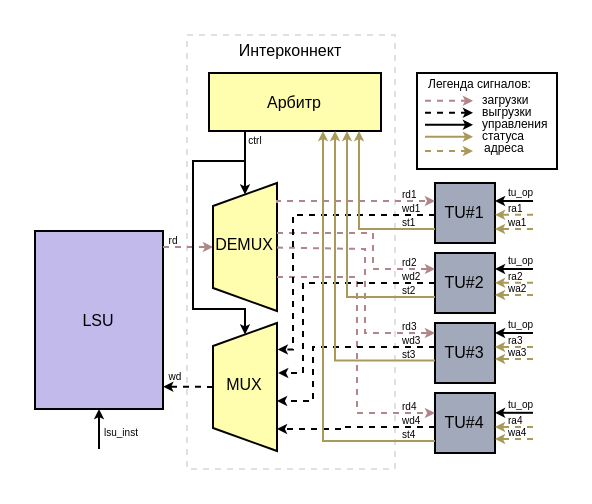
Before: docs/starukhin_dissertation/images/svg/interconnect.drawio in HaMeNopeDiot/hardware_gpu, a draw.io diagram. Source tidied: cells renumbered, new cells numbered last; positions are measured from the earlier drawing's top-left corner, leaving out a move shared by most shapes. Both pictures are drawn from the tidied source at 200%, with x=0, y=0 at pixel (34, 34).
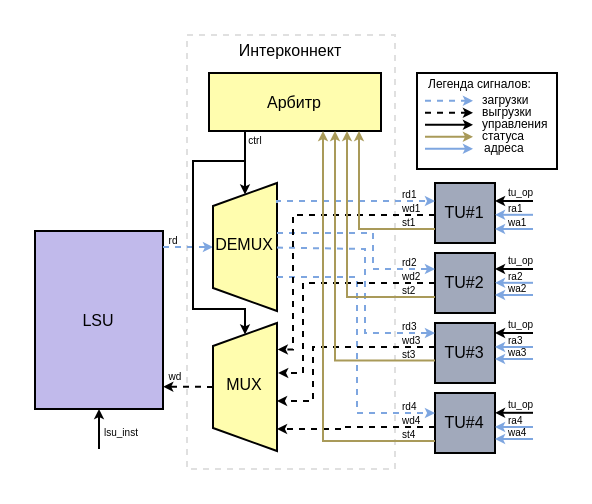
The same diagram, later.

The change refers to these unchanged cells:
```xml
<mxCell id="5" value="TU#1" style="rounded=0;whiteSpace=wrap;html=1;fillColor=light-dark(#A1A9BB,#A1A9BB);fontSize=8;strokeColor=light-dark(#000000,#000000);fontColor=light-dark(#000000,#000000);" parent="1" vertex="1">
  <mxGeometry x="200" y="74" width="30" height="30" as="geometry" />
</mxCell>
<mxCell id="9" style="shape=trapezoid;perimeter=trapezoidPerimeter;whiteSpace=wrap;html=1;fixedSize=1;rotation=-90;size=11.499999999999886;fillColor=light-dark(#FFFDAE,#FFFDAE);fontColor=light-dark(#000000,#000000);strokeColor=light-dark(#000000,#000000);" parent="1" vertex="1">
  <mxGeometry x="73" y="90" width="64" height="32" as="geometry" />
</mxCell>
<mxCell id="10" value="TU#2" style="rounded=0;whiteSpace=wrap;html=1;fillColor=light-dark(#A1A9BB,#A1A9BB);fontSize=8;strokeColor=light-dark(#000000,#000000);fontColor=light-dark(#000000,#000000);" parent="1" vertex="1">
  <mxGeometry x="200" y="109" width="30" height="30" as="geometry" />
</mxCell>
<mxCell id="11" value="TU#3" style="rounded=0;whiteSpace=wrap;html=1;fillColor=light-dark(#A1A9BB,#A1A9BB);fontSize=8;strokeColor=light-dark(#000000,#000000);fontColor=light-dark(#000000,#000000);" parent="1" vertex="1">
  <mxGeometry x="200" y="144" width="30" height="30" as="geometry" />
</mxCell>
<mxCell id="12" value="TU#4" style="rounded=0;whiteSpace=wrap;html=1;fillColor=light-dark(#A1A9BB,#A1A9BB);fontSize=8;strokeColor=light-dark(#000000,#000000);fontColor=light-dark(#000000,#000000);" parent="1" vertex="1">
  <mxGeometry x="200" y="179" width="30" height="30" as="geometry" />
</mxCell>
```

Change to the diagram source:
```diff
@@
-    <mxCell id="8" value="rd" style="edgeStyle=orthogonalEdgeStyle;rounded=0;jettySize=auto;html=1;spacing=2;endSize=2;strokeColor=light-dark(#B0868A,#946368);dashed=1;fontColor=light-dark(#000000,#000000);labelBackgroundColor=none;fontSize=5;" parent="1" edge="1" target="9">
+    <mxCell id="8" value="rd" style="edgeStyle=orthogonalEdgeStyle;rounded=0;jettySize=auto;html=1;spacing=2;endSize=2;strokeColor=light-dark(#7EA6E0,#946368);dashed=1;fontColor=light-dark(#000000,#000000);labelBackgroundColor=none;fontSize=5;" parent="1" edge="1" target="9">
       <mxGeometry x="-0.6" y="4" relative="1" as="geometry">
         <mxPoint x="64" y="106" as="sourcePoint" />
         <Array as="points">
           <mxPoint x="64" y="106" />
         </Array>
       </mxGeometry>
     </mxCell>
@@
-    <mxCell id="13" style="edgeStyle=orthogonalEdgeStyle;rounded=0;jettySize=auto;html=1;exitX=1.003;exitY=0.205;exitDx=0;exitDy=0;exitPerimeter=0;spacing=0;endSize=2;strokeColor=light-dark(#B0868A,#946368);dashed=1;labelBackgroundColor=none;fontColor=light-dark(#000000,#000000);fontSize=5;labelPosition=center;verticalLabelPosition=top;align=left;verticalAlign=bottom;" parent="1" edge="1" target="5">
+    <mxCell id="13" style="edgeStyle=orthogonalEdgeStyle;rounded=0;jettySize=auto;html=1;exitX=1.003;exitY=0.205;exitDx=0;exitDy=0;exitPerimeter=0;spacing=0;endSize=2;strokeColor=light-dark(#7EA6E0,#946368);dashed=1;labelBackgroundColor=none;fontColor=light-dark(#000000,#000000);fontSize=5;labelPosition=center;verticalLabelPosition=top;align=left;verticalAlign=bottom;" parent="1" edge="1" target="5">
       <mxGeometry x="0.7" relative="1" as="geometry">
         <mxPoint x="121" y="84" as="sourcePoint" />
         <Array as="points">
           <mxPoint x="161" y="83" />
           <mxPoint x="161" y="83" />
         </Array>
       </mxGeometry>
     </mxCell>
-    <mxCell id="14" style="edgeStyle=orthogonalEdgeStyle;rounded=0;jettySize=auto;html=1;spacing=0;endSize=2;strokeColor=light-dark(#B0868A,#946368);dashed=1;labelBackgroundColor=none;fontColor=light-dark(#000000,#000000);fontSize=5;labelPosition=center;verticalLabelPosition=top;align=left;verticalAlign=bottom;" parent="1" edge="1" target="10">
+    <mxCell id="14" style="edgeStyle=orthogonalEdgeStyle;rounded=0;jettySize=auto;html=1;spacing=0;endSize=2;strokeColor=light-dark(#7EA6E0,#946368);dashed=1;labelBackgroundColor=none;fontColor=light-dark(#000000,#000000);fontSize=5;labelPosition=center;verticalLabelPosition=top;align=left;verticalAlign=bottom;" parent="1" edge="1" target="10">
       <mxGeometry x="0.76" relative="1" as="geometry">
         <mxPoint x="121" y="99" as="sourcePoint" />
         <Array as="points">
           <mxPoint x="169" y="99" />
           <mxPoint x="169" y="117" />
         </Array>
       </mxGeometry>
     </mxCell>
-    <mxCell id="15" style="edgeStyle=orthogonalEdgeStyle;rounded=0;jettySize=auto;html=1;spacing=0;endSize=2;strokeColor=light-dark(#B0868A,#946368);dashed=1;labelBackgroundColor=none;fontColor=light-dark(#000000,#000000);fontSize=5;labelPosition=center;verticalLabelPosition=top;align=left;verticalAlign=bottom;" parent="1" edge="1" source="9" target="11">
+    <mxCell id="15" style="edgeStyle=orthogonalEdgeStyle;rounded=0;jettySize=auto;html=1;spacing=0;endSize=2;strokeColor=light-dark(#7EA6E0,#946368);dashed=1;labelBackgroundColor=none;fontColor=light-dark(#000000,#000000);fontSize=5;labelPosition=center;verticalLabelPosition=top;align=left;verticalAlign=bottom;" parent="1" edge="1" source="9" target="11">
       <mxGeometry x="0.82" relative="1" as="geometry">
         <Array as="points">
           <mxPoint x="165" y="107" />
           <mxPoint x="165" y="149" />
         </Array>
       </mxGeometry>
     </mxCell>
-    <mxCell id="16" style="edgeStyle=orthogonalEdgeStyle;rounded=0;jettySize=auto;html=1;exitX=1.003;exitY=0.205;exitDx=0;exitDy=0;exitPerimeter=0;spacing=0;endSize=2;strokeColor=light-dark(#B0868A,#946368);dashed=1;labelBackgroundColor=none;fontColor=light-dark(#000000,#000000);fontSize=5;labelPosition=center;verticalLabelPosition=top;align=left;verticalAlign=bottom;" parent="1" edge="1" target="12">
+    <mxCell id="16" style="edgeStyle=orthogonalEdgeStyle;rounded=0;jettySize=auto;html=1;exitX=1.003;exitY=0.205;exitDx=0;exitDy=0;exitPerimeter=0;spacing=0;endSize=2;strokeColor=light-dark(#7EA6E0,#946368);dashed=1;labelBackgroundColor=none;fontColor=light-dark(#000000,#000000);fontSize=5;labelPosition=center;verticalLabelPosition=top;align=left;verticalAlign=bottom;" parent="1" edge="1" target="12">
       <mxGeometry x="0.84" relative="1" as="geometry">
         <mxPoint x="121" y="121" as="sourcePoint" />
         <Array as="points">
           <mxPoint x="161" y="121" />
           <mxPoint x="161" y="189" />
         </Array>
       </mxGeometry>
     </mxCell>
@@
-    <mxCell id="26" style="edgeStyle=orthogonalEdgeStyle;rounded=0;orthogonalLoop=1;jettySize=auto;html=1;spacing=2;endSize=2;entryX=-0.007;entryY=0.321;entryDx=0;entryDy=0;entryPerimeter=0;strokeColor=light-dark(#B0868A,#946368);dashed=1;" parent="1" edge="1">
+    <mxCell id="26" style="edgeStyle=orthogonalEdgeStyle;rounded=0;orthogonalLoop=1;jettySize=auto;html=1;spacing=2;endSize=2;entryX=-0.007;entryY=0.321;entryDx=0;entryDy=0;entryPerimeter=0;strokeColor=light-dark(#7EA6E0,#946368);dashed=1;" parent="1" edge="1">
       <mxGeometry relative="1" as="geometry">
         <mxPoint x="195" y="32.9" as="sourcePoint" />
         <mxPoint x="219" y="32.9" as="targetPoint" />
       </mxGeometry>
     </mxCell>
@@
-    <mxCell id="50" style="rounded=0;orthogonalLoop=1;jettySize=auto;html=1;spacing=0;endSize=2;strokeColor=light-dark(#A99A59,#A99A59);labelBackgroundColor=none;fontColor=light-dark(#000000,#000000);fontSize=5;labelPosition=center;verticalLabelPosition=top;align=left;verticalAlign=bottom;entryX=1;entryY=0.5;entryDx=0;entryDy=0;dashed=1;" parent="1" edge="1">
+    <mxCell id="50" style="rounded=0;orthogonalLoop=1;jettySize=auto;html=1;spacing=0;endSize=2;strokeColor=light-dark(#7EA6E0,#7EA6E0);labelBackgroundColor=none;fontColor=light-dark(#000000,#000000);fontSize=5;labelPosition=center;verticalLabelPosition=top;align=left;verticalAlign=bottom;entryX=1;entryY=0.5;entryDx=0;entryDy=0;" parent="1" edge="1">
       <mxGeometry x="-0.69" relative="1" as="geometry">
         <mxPoint x="249" y="89.9" as="sourcePoint" />
         <mxPoint x="230" y="89.9" as="targetPoint" />
       </mxGeometry>
     </mxCell>
@@
-    <mxCell id="52" style="rounded=0;orthogonalLoop=1;jettySize=auto;html=1;spacing=0;endSize=2;strokeColor=light-dark(#A99A59,#A99A59);labelBackgroundColor=none;fontColor=light-dark(#000000,#000000);fontSize=5;labelPosition=center;verticalLabelPosition=top;align=left;verticalAlign=bottom;entryX=1;entryY=0.5;entryDx=0;entryDy=0;dashed=1;" parent="1" edge="1">
+    <mxCell id="52" style="rounded=0;orthogonalLoop=1;jettySize=auto;html=1;spacing=0;endSize=2;strokeColor=light-dark(#7EA6E0,#7EA6E0);labelBackgroundColor=none;fontColor=light-dark(#000000,#000000);fontSize=5;labelPosition=center;verticalLabelPosition=top;align=left;verticalAlign=bottom;entryX=1;entryY=0.5;entryDx=0;entryDy=0;" parent="1" edge="1">
       <mxGeometry x="-0.69" relative="1" as="geometry">
-        <mxPoint x="195" y="58" as="sourcePoint" />
-        <mxPoint x="219" y="58" as="targetPoint" />
+        <mxPoint x="195" y="56.9" as="sourcePoint" />
+        <mxPoint x="219" y="56.9" as="targetPoint" />
       </mxGeometry>
     </mxCell>
@@
-    <mxCell id="55" style="rounded=0;orthogonalLoop=1;jettySize=auto;html=1;spacing=0;endSize=2;strokeColor=light-dark(#A99A59,#A99A59);labelBackgroundColor=none;fontColor=light-dark(#000000,#000000);fontSize=5;labelPosition=center;verticalLabelPosition=top;align=left;verticalAlign=bottom;entryX=1;entryY=0.5;entryDx=0;entryDy=0;dashed=1;" parent="1" edge="1">
+    <mxCell id="55" style="rounded=0;orthogonalLoop=1;jettySize=auto;html=1;spacing=0;endSize=2;strokeColor=light-dark(#7EA6E0,#7EA6E0);labelBackgroundColor=none;fontColor=light-dark(#000000,#000000);fontSize=5;labelPosition=center;verticalLabelPosition=top;align=left;verticalAlign=bottom;entryX=1;entryY=0.5;entryDx=0;entryDy=0;" parent="1" edge="1">
       <mxGeometry x="-0.69" relative="1" as="geometry">
         <mxPoint x="249" y="97" as="sourcePoint" />
         <mxPoint x="230" y="97" as="targetPoint" />
       </mxGeometry>
     </mxCell>
@@
-    <mxCell id="57" style="rounded=0;orthogonalLoop=1;jettySize=auto;html=1;spacing=0;endSize=2;strokeColor=light-dark(#A99A59,#A99A59);labelBackgroundColor=none;fontColor=light-dark(#000000,#000000);fontSize=5;labelPosition=center;verticalLabelPosition=top;align=left;verticalAlign=bottom;entryX=1;entryY=0.5;entryDx=0;entryDy=0;dashed=1;" parent="1" edge="1">
+    <mxCell id="57" style="rounded=0;orthogonalLoop=1;jettySize=auto;html=1;spacing=0;endSize=2;strokeColor=light-dark(#7EA6E0,#7EA6E0);labelBackgroundColor=none;fontColor=light-dark(#000000,#000000);fontSize=5;labelPosition=center;verticalLabelPosition=top;align=left;verticalAlign=bottom;entryX=1;entryY=0.5;entryDx=0;entryDy=0;" parent="1" edge="1">
       <mxGeometry x="-0.69" relative="1" as="geometry">
         <mxPoint x="249" y="123.9" as="sourcePoint" />
         <mxPoint x="230" y="123.9" as="targetPoint" />
       </mxGeometry>
     </mxCell>
@@
-    <mxCell id="59" style="rounded=0;orthogonalLoop=1;jettySize=auto;html=1;spacing=0;endSize=2;strokeColor=light-dark(#A99A59,#A99A59);labelBackgroundColor=none;fontColor=light-dark(#000000,#000000);fontSize=5;labelPosition=center;verticalLabelPosition=top;align=left;verticalAlign=bottom;entryX=1;entryY=0.5;entryDx=0;entryDy=0;dashed=1;" parent="1" edge="1">
+    <mxCell id="59" style="rounded=0;orthogonalLoop=1;jettySize=auto;html=1;spacing=0;endSize=2;strokeColor=light-dark(#7EA6E0,#7EA6E0);labelBackgroundColor=none;fontColor=light-dark(#000000,#000000);fontSize=5;labelPosition=center;verticalLabelPosition=top;align=left;verticalAlign=bottom;entryX=1;entryY=0.5;entryDx=0;entryDy=0;" parent="1" edge="1">
       <mxGeometry x="-0.69" relative="1" as="geometry">
         <mxPoint x="249" y="130" as="sourcePoint" />
         <mxPoint x="230" y="130" as="targetPoint" />
       </mxGeometry>
     </mxCell>
@@
-    <mxCell id="61" style="rounded=0;orthogonalLoop=1;jettySize=auto;html=1;spacing=0;endSize=2;strokeColor=light-dark(#A99A59,#A99A59);labelBackgroundColor=none;fontColor=light-dark(#000000,#000000);fontSize=5;labelPosition=center;verticalLabelPosition=top;align=left;verticalAlign=bottom;entryX=1;entryY=0.5;entryDx=0;entryDy=0;dashed=1;" parent="1" edge="1">
+    <mxCell id="61" style="rounded=0;orthogonalLoop=1;jettySize=auto;html=1;spacing=0;endSize=2;strokeColor=light-dark(#7EA6E0,#7EA6E0);labelBackgroundColor=none;fontColor=light-dark(#000000,#000000);fontSize=5;labelPosition=center;verticalLabelPosition=top;align=left;verticalAlign=bottom;entryX=1;entryY=0.5;entryDx=0;entryDy=0;" parent="1" edge="1">
       <mxGeometry x="-0.69" relative="1" as="geometry">
         <mxPoint x="249" y="156" as="sourcePoint" />
         <mxPoint x="230" y="156" as="targetPoint" />
       </mxGeometry>
     </mxCell>
@@
-    <mxCell id="63" style="rounded=0;orthogonalLoop=1;jettySize=auto;html=1;spacing=0;endSize=2;strokeColor=light-dark(#A99A59,#A99A59);labelBackgroundColor=none;fontColor=light-dark(#000000,#000000);fontSize=5;labelPosition=center;verticalLabelPosition=top;align=left;verticalAlign=bottom;entryX=1;entryY=0.5;entryDx=0;entryDy=0;dashed=1;" parent="1" edge="1">
+    <mxCell id="63" style="rounded=0;orthogonalLoop=1;jettySize=auto;html=1;spacing=0;endSize=2;strokeColor=light-dark(#7EA6E0,#7EA6E0);labelBackgroundColor=none;fontColor=light-dark(#000000,#000000);fontSize=5;labelPosition=center;verticalLabelPosition=top;align=left;verticalAlign=bottom;entryX=1;entryY=0.5;entryDx=0;entryDy=0;" parent="1" edge="1">
       <mxGeometry x="-0.69" relative="1" as="geometry">
         <mxPoint x="249" y="162" as="sourcePoint" />
         <mxPoint x="230" y="162" as="targetPoint" />
       </mxGeometry>
     </mxCell>
@@
-    <mxCell id="65" style="rounded=0;orthogonalLoop=1;jettySize=auto;html=1;spacing=0;endSize=2;strokeColor=light-dark(#A99A59,#A99A59);labelBackgroundColor=none;fontColor=light-dark(#000000,#000000);fontSize=5;labelPosition=center;verticalLabelPosition=top;align=left;verticalAlign=bottom;entryX=1;entryY=0.5;entryDx=0;entryDy=0;dashed=1;" parent="1" edge="1">
+    <mxCell id="65" style="rounded=0;orthogonalLoop=1;jettySize=auto;html=1;spacing=0;endSize=2;strokeColor=light-dark(#7EA6E0,#7EA6E0);labelBackgroundColor=none;fontColor=light-dark(#000000,#000000);fontSize=5;labelPosition=center;verticalLabelPosition=top;align=left;verticalAlign=bottom;entryX=1;entryY=0.5;entryDx=0;entryDy=0;" parent="1" edge="1">
       <mxGeometry x="-0.69" relative="1" as="geometry">
         <mxPoint x="249" y="196" as="sourcePoint" />
         <mxPoint x="230" y="196" as="targetPoint" />
       </mxGeometry>
     </mxCell>
@@
-    <mxCell id="67" style="rounded=0;orthogonalLoop=1;jettySize=auto;html=1;spacing=0;endSize=2;strokeColor=light-dark(#A99A59,#A99A59);labelBackgroundColor=none;fontColor=light-dark(#000000,#000000);fontSize=5;labelPosition=center;verticalLabelPosition=top;align=left;verticalAlign=bottom;entryX=1;entryY=0.5;entryDx=0;entryDy=0;dashed=1;" parent="1" edge="1">
+    <mxCell id="67" style="rounded=0;orthogonalLoop=1;jettySize=auto;html=1;spacing=0;endSize=2;strokeColor=light-dark(#7EA6E0,#7EA6E0);labelBackgroundColor=none;fontColor=light-dark(#000000,#000000);fontSize=5;labelPosition=center;verticalLabelPosition=top;align=left;verticalAlign=bottom;entryX=1;entryY=0.5;entryDx=0;entryDy=0;" parent="1" edge="1">
       <mxGeometry x="-0.69" relative="1" as="geometry">
         <mxPoint x="249" y="202" as="sourcePoint" />
         <mxPoint x="230" y="202" as="targetPoint" />
       </mxGeometry>
     </mxCell>
```
